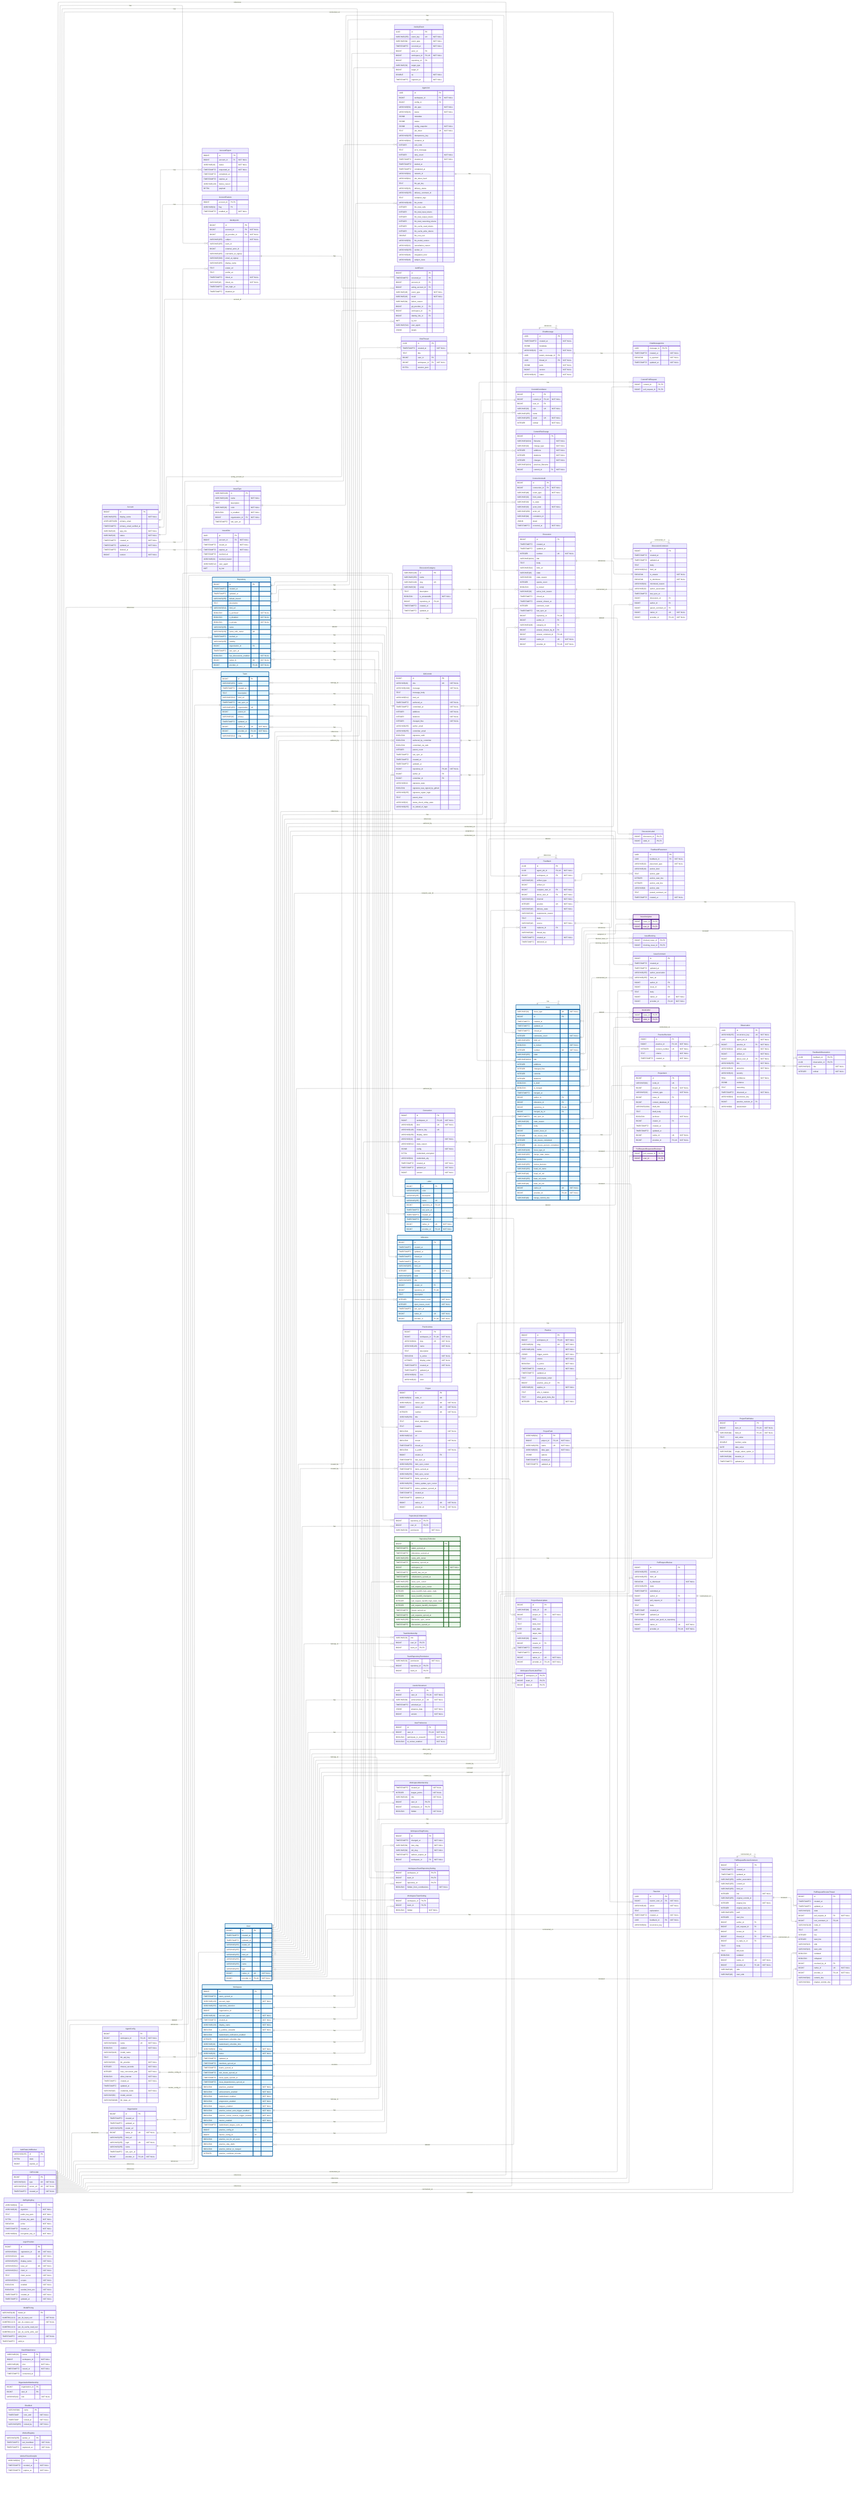
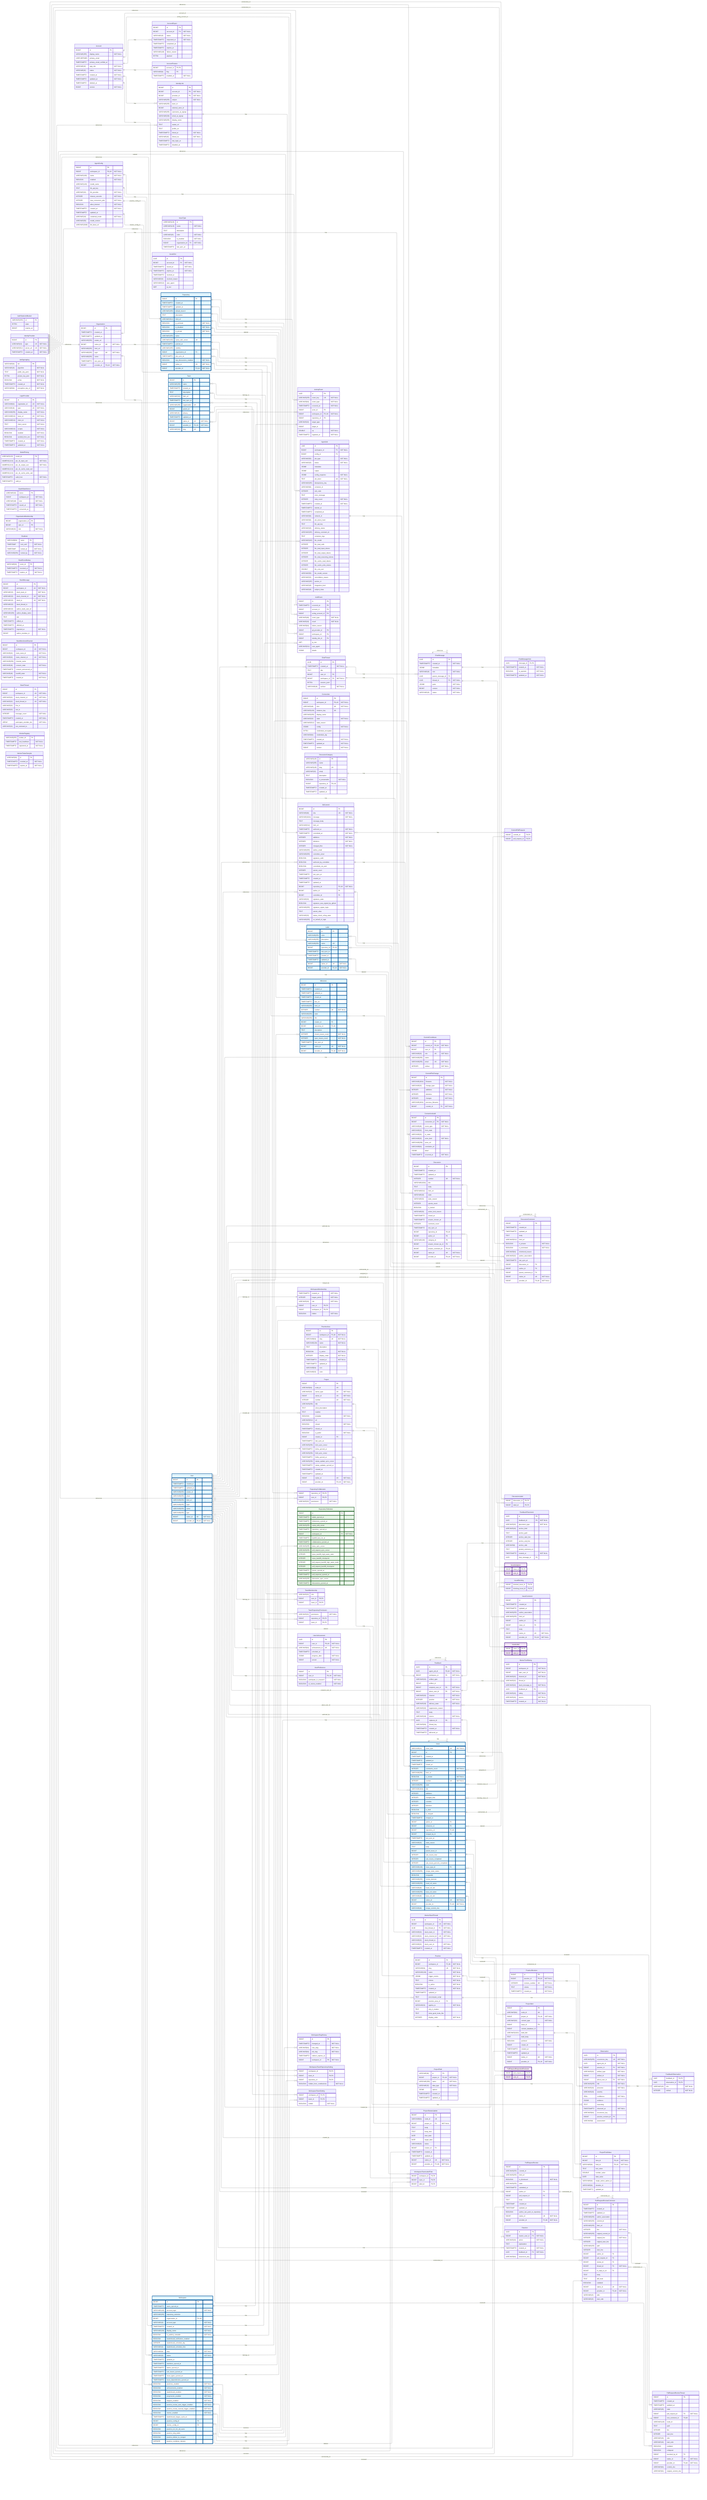
---
config:
    layout: elk
---
erDiagram
    %% Generated automatically from PostgreSQL database schema
    %% using scripts/generate-mermaid-erd.ts
    %% To regenerate: pnpm run db:generate-erd-docs

    direction LR

    Account {
        BIGINT id PK
        VARCHAR(255) display_name "NOT NULL"
        USER-DEFINED primary_email
        TIMESTAMPTZ primary_email_verified_at
        VARCHAR(16) app_role "NOT NULL"
        VARCHAR(16) status "NOT NULL"
        TIMESTAMPTZ created_at "NOT NULL"
        TIMESTAMPTZ updated_at "NOT NULL"
        TIMESTAMPTZ deleted_at
        BIGINT version "NOT NULL"
    }

    AccountExport {
        BIGINT id PK
        BIGINT account_id FK "NOT NULL"
        VARCHAR(16) status "NOT NULL"
        TIMESTAMPTZ requested_at "NOT NULL"
        TIMESTAMPTZ completed_at
        TIMESTAMPTZ expires_at
        VARCHAR(128) failure_reason
        BYTEA payload
    }

    AccountFeature {
        BIGINT account_id PK,FK
        VARCHAR(64) flag PK
        TIMESTAMPTZ enabled_at "NOT NULL"
    }

    ActivityEvent {
        UUID id PK
        VARCHAR(255) event_key UK "NOT NULL"
        VARCHAR(64) event_type "NOT NULL"
        TIMESTAMPTZ occurred_at "NOT NULL"
        BIGINT actor_id FK
        BIGINT workspace_id FK,UK "NOT NULL"
        BIGINT repository_id FK
        VARCHAR(32) target_type
        BIGINT target_id
        DOUBLE xp "NOT NULL"
        TIMESTAMPTZ ingested_at "NOT NULL"
    }

    AgentConfig {
        BIGINT id PK
        BIGINT workspace_id FK,UK "NOT NULL"
        VARCHAR(100) name UK "NOT NULL"
        BOOLEAN enabled "NOT NULL"
        VARCHAR(128) model_name
        TEXT llm_api_key
        VARCHAR(32) llm_provider "NOT NULL"
        INTEGER timeout_seconds "NOT NULL"
        INTEGER max_concurrent_jobs "NOT NULL"
        BOOLEAN allow_internet "NOT NULL"
        TIMESTAMPTZ created_at "NOT NULL"
        TIMESTAMPTZ updated_at
        VARCHAR(16) credential_mode "NOT NULL"
        VARCHAR(50) model_version
        VARCHAR(2048) llm_base_url
    }

    AgentJob {
        UUID id PK
        BIGINT workspace_id FK "NOT NULL"
        BIGINT config_id FK
        VARCHAR(50) job_type "NOT NULL"
        VARCHAR(20) status "NOT NULL"
        JSONB metadata
        JSONB output
        JSONB config_snapshot "NOT NULL"
        TEXT job_token UK "NOT NULL"
        VARCHAR(255) idempotency_key
        VARCHAR(64) container_id
        INTEGER exit_code
        TEXT error_message
        INTEGER retry_count "NOT NULL"
        TIMESTAMPTZ created_at "NOT NULL"
        TIMESTAMPTZ started_at
        TIMESTAMPTZ completed_at
        VARCHAR(64) network_id
        VARCHAR(64) job_token_hash
        TEXT llm_api_key
        VARCHAR(20) delivery_status
        VARCHAR(255) delivery_comment_id
        TEXT container_logs
        VARCHAR(100) llm_model
        INTEGER llm_total_calls
        INTEGER llm_total_input_tokens
        INTEGER llm_total_output_tokens
        INTEGER llm_total_reasoning_tokens
        INTEGER llm_cache_read_tokens
        INTEGER llm_cache_write_tokens
        DOUBLE llm_cost_usd
        VARCHAR(50) llm_model_version
        VARCHAR(32) cancellation_reason
        VARCHAR(255) worker_id
        VARCHAR(48) integration_kind
        VARCHAR(48) subject_class
    }

    AuthEvent {
        BIGINT id PK
        TIMESTAMPTZ occurred_at PK
        BIGINT account_id FK
        BIGINT acting_account_id FK
        VARCHAR(48) event_type "NOT NULL"
        VARCHAR(16) result "NOT NULL"
        VARCHAR(64) failure_reason
        BIGINT git_provider_id FK
        BIGINT workspace_id FK
        BIGINT identity_link_id FK
        INET ip_inet
        VARCHAR(512) user_agent
        JSONB details
    }

    AuthRateLimitBucket {
        VARCHAR(255) id PK
        BYTEA state
        BIGINT expires_at
    }

    ChatMessage {
        UUID id PK
        TIMESTAMPTZ created_at "NOT NULL"
        JSONB metadata
        VARCHAR(16) role "NOT NULL"
        UUID parent_message_id FK
        UUID thread_id FK "NOT NULL"
        JSONB parts "NOT NULL"
        BIGINT version "NOT NULL"
        VARCHAR(16) status "NOT NULL"
    }

    ChatMessageVote {
        UUID message_id PK,FK
        TIMESTAMPTZ created_at "NOT NULL"
        BOOLEAN is_upvoted "NOT NULL"
        TIMESTAMPTZ updated_at "NOT NULL"
    }

    ChatThread {
        UUID id PK
        TIMESTAMPTZ created_at "NOT NULL"
        TEXT title
        BIGINT user_id FK
        BIGINT workspace_id FK "NOT NULL"
        BYTEA session_jsonl
+         VARCHAR(16) surface "NOT NULL"
    }

    CommitContributor {
        BIGINT id PK
        BIGINT commit_id FK,UK "NOT NULL"
        BIGINT user_id FK
        VARCHAR(32) role UK "NOT NULL"
        VARCHAR(255) name
        VARCHAR(255) email UK "NOT NULL"
        INTEGER ordinal "NOT NULL"
    }

    CommitFileChange {
        BIGINT id PK
        VARCHAR(1024) filename "NOT NULL"
        VARCHAR(32) change_type "NOT NULL"
        INTEGER additions "NOT NULL"
        INTEGER deletions "NOT NULL"
        INTEGER changes "NOT NULL"
        VARCHAR(1024) previous_filename
        BIGINT commit_id FK "NOT NULL"
    }

    CommitPullRequest {
        BIGINT commit_id PK,FK
        BIGINT pull_request_id PK,FK
    }

    Connection {
        BIGINT id PK
        BIGINT workspace_id FK,UK "NOT NULL"
        VARCHAR(48) kind UK "NOT NULL"
        VARCHAR(128) instance_key UK
        VARCHAR(256) display_name
        VARCHAR(32) state "NOT NULL"
        VARCHAR(512) state_reason
        JSONB config "NOT NULL"
        BYTEA credentials_encrypted
        VARCHAR(64) credentials_alg
        TIMESTAMPTZ created_at "NOT NULL"
        TIMESTAMPTZ updated_at "NOT NULL"
        BIGINT version "NOT NULL"
    }

    ConnectionAudit {
        BIGINT id PK
        BIGINT connection_id FK "NOT NULL"
        VARCHAR(48) event_type "NOT NULL"
        VARCHAR(32) from_state
        VARCHAR(32) to_state
        VARCHAR(32) actor_kind "NOT NULL"
        VARCHAR(256) actor_ref
        VARCHAR(64) correlation_id
        JSONB detail
        TIMESTAMPTZ occurred_at "NOT NULL"
    }

    Discussion {
        BIGINT id PK
        TIMESTAMPTZ created_at
        TIMESTAMPTZ updated_at
        INTEGER number UK "NOT NULL"
        VARCHAR(1024) title
        TEXT body
        VARCHAR(512) html_url
        VARCHAR(16) state
        VARCHAR(32) state_reason
        INTEGER upvote_count
        BOOLEAN is_locked
        VARCHAR(32) active_lock_reason
        TIMESTAMPTZ closed_at
        TIMESTAMPTZ answer_chosen_at
        INTEGER comment_count
        TIMESTAMPTZ last_sync_at
        BIGINT repository_id FK,UK
        BIGINT author_id FK
        VARCHAR(128) category_id FK
        BIGINT answer_chosen_by_id FK
        BIGINT answer_comment_id FK,UK
        BIGINT native_id UK "NOT NULL"
        BIGINT provider_id FK,UK "NOT NULL"
    }

    DiscussionCategory {
        VARCHAR(128) id PK
        VARCHAR(255) name
        VARCHAR(128) slug UK
        VARCHAR(32) emoji
        TEXT description
        BOOLEAN is_answerable "NOT NULL"
        BIGINT repository_id FK,UK
        TIMESTAMPTZ created_at
        TIMESTAMPTZ updated_at
    }

    DiscussionComment {
        BIGINT id PK
        TIMESTAMPTZ created_at
        TIMESTAMPTZ updated_at
        TEXT body
        VARCHAR(512) html_url
        BOOLEAN is_answer "NOT NULL"
        BOOLEAN is_minimized "NOT NULL"
        VARCHAR(64) minimized_reason
        VARCHAR(32) author_association
        TIMESTAMPTZ last_sync_at
        BIGINT discussion_id FK
        BIGINT author_id FK
        BIGINT parent_comment_id FK
        BIGINT native_id UK "NOT NULL"
        BIGINT provider_id FK,UK "NOT NULL"
    }

    DiscussionLabel {
        BIGINT discussion_id PK,FK
        BIGINT label_id PK,FK
    }

    Feedback {
        UUID id PK
        UUID agent_job_id FK,UK "NOT NULL"
        BIGINT workspace_id FK "NOT NULL"
        VARCHAR(32) artifact_type
        BIGINT artifact_id
        BIGINT recipient_user_id FK "NOT NULL"
        BIGINT about_user_id FK "NOT NULL"
        VARCHAR(32) channel "NOT NULL"
        INTEGER position UK "NOT NULL"
        VARCHAR(16) delivery_state "NOT NULL"
        VARCHAR(32) suppression_reason
        TEXT body
        VARCHAR(16) source "NOT NULL"
        UUID replaces_id FK
        VARCHAR(64) thread_key
        TIMESTAMPTZ created_at "NOT NULL"
        TIMESTAMPTZ delivered_at
    }

    FeedbackObservation {
        UUID feedback_id PK,FK
        UUID observation_id PK,FK
        VARCHAR(16) role "NOT NULL"
        INTEGER ordinal "NOT NULL"
    }

    FeedbackPlacement {
        UUID id PK
        UUID feedback_id FK "NOT NULL"
        VARCHAR(32) placement_type "NOT NULL"
        VARCHAR(16) anchor_kind
        TEXT anchor_path
        INTEGER anchor_start_line
        INTEGER anchor_end_line
        VARCHAR(8) anchor_side
        TEXT posted_comment_ref
        TIMESTAMPTZ created_at "NOT NULL"
+         UUID chat_message_id FK
    }

    GitCommit {
        BIGINT id PK
        VARCHAR(40) sha UK "NOT NULL"
        VARCHAR(1024) message "NOT NULL"
        TEXT message_body
        VARCHAR(512) html_url
        TIMESTAMPTZ authored_at "NOT NULL"
        TIMESTAMPTZ committed_at "NOT NULL"
        INTEGER additions "NOT NULL"
        INTEGER deletions "NOT NULL"
        INTEGER changed_files "NOT NULL"
        VARCHAR(255) author_email
        VARCHAR(255) committer_email
        BOOLEAN signature_valid
        BOOLEAN authored_by_committer
        BOOLEAN committed_via_web
        INTEGER parent_count
        TIMESTAMPTZ last_sync_at
        TIMESTAMPTZ created_at
        TIMESTAMPTZ updated_at
        BIGINT repository_id FK,UK "NOT NULL"
        BIGINT author_id FK
        BIGINT committer_id FK
        VARCHAR(32) signature_state
        BOOLEAN signature_was_signed_by_github
        VARCHAR(255) signature_signer_login
        TEXT parent_shas
        VARCHAR(32) status_check_rollup_state
        VARCHAR(255) on_behalf_of_login
    }

-     GitProvider {
-         BIGINT id PK
-         VARCHAR(10) type UK "NOT NULL"
-         VARCHAR(512) server_url UK "NOT NULL"
-         TIMESTAMPTZ created_at "NOT NULL"
-     }
- 
    IdentityLink {
        BIGINT id PK
        BIGINT account_id FK "NOT NULL"
-         BIGINT git_provider_id FK "NOT NULL"
+         BIGINT provider_id FK "NOT NULL"
        VARCHAR(255) subject "NOT NULL"
        VARCHAR(255) team_id
        BIGINT external_actor_id
        VARCHAR(255) username_at_signup
        VARCHAR(320) email_at_signup
        VARCHAR(255) display_name
        TEXT avatar_url
        TEXT profile_url
        TIMESTAMPTZ linked_at "NOT NULL"
        VARCHAR(16) linked_via "NOT NULL"
        TIMESTAMPTZ last_login_at
        TIMESTAMPTZ disabled_at
+     }
+ 
+     IdentityProvider {
+         BIGINT id PK
+         VARCHAR(10) type UK "NOT NULL"
+         VARCHAR(512) server_url UK "NOT NULL"
+         TIMESTAMPTZ created_at "NOT NULL"
    }

    Issue {
        VARCHAR(31) issue_type UK "NOT NULL"
        BIGINT id PK
        TIMESTAMPTZ created_at
        TIMESTAMPTZ updated_at
        TIMESTAMPTZ closed_at
        INTEGER comments_count "NOT NULL"
        VARCHAR(255) html_url
        BOOLEAN is_locked "NOT NULL"
        INTEGER number UK "NOT NULL"
        VARCHAR(255) state
        VARCHAR(1024) title
        INTEGER additions
        INTEGER changed_files
        INTEGER commits
        INTEGER deletions
        BOOLEAN is_draft
        BOOLEAN is_merged
        TIMESTAMPTZ merged_at
        BIGINT author_id FK
        BIGINT milestone_id FK
        BIGINT repository_id FK,UK
        BIGINT merged_by_id FK
        TIMESTAMPTZ last_sync_at
        VARCHAR(32) state_reason
        TEXT body
        BIGINT parent_issue_id FK
        INTEGER sub_issues_total
        INTEGER sub_issues_completed
        INTEGER sub_issues_percent_completed
        VARCHAR(128) issue_type_id FK
        VARCHAR(255) merge_state_status
        BOOLEAN mergeable
        VARCHAR(255) review_decision
        VARCHAR(255) head_ref_name
        VARCHAR(40) head_ref_oid
        VARCHAR(255) base_ref_name
        VARCHAR(40) base_ref_oid
        BIGINT native_id UK "NOT NULL"
        BIGINT provider_id FK,UK "NOT NULL"
        VARCHAR(40) merge_commit_sha
    }

    IssueAssignee {
        BIGINT issue_id PK,FK
        BIGINT user_id PK,FK
    }

    IssueBlocking {
        BIGINT blocked_issue_id PK,FK
        BIGINT blocking_issue_id PK,FK
    }

    IssueComment {
        BIGINT id PK
        TIMESTAMPTZ created_at
        TIMESTAMPTZ updated_at
        VARCHAR(255) author_association
        VARCHAR(255) html_url
        BIGINT author_id FK
        BIGINT issue_id FK
        TEXT body
        BIGINT native_id UK "NOT NULL"
        BIGINT provider_id FK,UK "NOT NULL"
    }

    IssueLabel {
        BIGINT issue_id PK,FK
        BIGINT label_id PK,FK
    }

    IssueType {
        VARCHAR(128) id PK
        VARCHAR(128) name "NOT NULL"
        TEXT description
        VARCHAR(20) color "NOT NULL"
        BOOLEAN is_enabled "NOT NULL"
        BIGINT organization_id FK "NOT NULL"
        TIMESTAMPTZ last_sync_at
    }

    IssuedJwt {
        UUID jti PK
        BIGINT account_id FK "NOT NULL"
        TIMESTAMPTZ issued_at "NOT NULL"
        TIMESTAMPTZ expires_at "NOT NULL"
        TIMESTAMPTZ revoked_at
        VARCHAR(32) revoked_reason
        VARCHAR(512) user_agent
        INET ip_inet
    }

    JwtSigningKey {
        VARCHAR(64) kid PK
        VARCHAR(16) algorithm "NOT NULL"
        TEXT public_key_pem "NOT NULL"
        BYTEA private_key_pem "NOT NULL"
        BOOLEAN active "NOT NULL"
        TIMESTAMPTZ created_at "NOT NULL"
        VARCHAR(64) encryption_key_id "NOT NULL"
    }

    Label {
        BIGINT id PK
        VARCHAR(255) color
        VARCHAR(255) description
        VARCHAR(255) name UK
        BIGINT repository_id FK,UK
        TIMESTAMPTZ last_sync_at
        TIMESTAMPTZ created_at
        TIMESTAMPTZ updated_at
        BIGINT native_id UK "NOT NULL"
        BIGINT provider_id FK,UK "NOT NULL"
    }

    LoginProvider {
        BIGINT id PK
        VARCHAR(64) registration_id UK "NOT NULL"
        VARCHAR(10) type UK "NOT NULL"
        VARCHAR(255) display_name "NOT NULL"
        VARCHAR(512) base_url UK "NOT NULL"
        VARCHAR(512) client_id "NOT NULL"
        TEXT client_secret "NOT NULL"
        VARCHAR(512) scopes "NOT NULL"
        BOOLEAN enabled "NOT NULL"
        BOOLEAN seeded_from_env "NOT NULL"
        TIMESTAMPTZ created_at "NOT NULL"
        TIMESTAMPTZ updated_at "NOT NULL"
    }

+     MentorSlackThread {
+         UUID id PK
+         BIGINT workspace_id UK "NOT NULL"
+         UUID chat_thread_id FK "NOT NULL"
+         VARCHAR(32) slack_team_id "NOT NULL"
+         VARCHAR(32) slack_channel_id UK "NOT NULL"
+         VARCHAR(32) slack_thread_ts
+         VARCHAR(32) slack_user_id "NOT NULL"
+         TIMESTAMPTZ created_at "NOT NULL"
+     }
+ 
+     MentorTurnRating {
+         UUID id PK
+         BIGINT workspace_id "NOT NULL"
+         BIGINT rater_user_id "NOT NULL"
+         VARCHAR(32) channel_id "NOT NULL"
+         VARCHAR(32) thread_ts
+         VARCHAR(32) slack_message_ts "NOT NULL"
+         UUID feedback_id FK
+         VARCHAR(16) rating "NOT NULL"
+         VARCHAR(16) source "NOT NULL"
+         TIMESTAMPTZ created_at "NOT NULL"
+     }
+ 
    Milestone {
        BIGINT id PK
        TIMESTAMPTZ created_at
        TIMESTAMPTZ updated_at
        TIMESTAMPTZ closed_at
        TIMESTAMPTZ due_on
        VARCHAR(255) html_url
        INTEGER number UK "NOT NULL"
        VARCHAR(255) state
        VARCHAR(255) title
        BIGINT creator_id FK
        BIGINT repository_id FK,UK
        TEXT description
        INTEGER closed_issues_count "NOT NULL"
        INTEGER open_issues_count "NOT NULL"
        TIMESTAMPTZ last_sync_at
        BIGINT native_id UK "NOT NULL"
        BIGINT provider_id FK,UK "NOT NULL"
    }

    ModelPricing {
        VARCHAR(128) model_id PK
        NUMERIC(12,6) per_1k_input_usd "NOT NULL"
        NUMERIC(12,6) per_1k_output_usd "NOT NULL"
        NUMERIC(12,6) per_1k_cache_read_usd
        NUMERIC(12,6) per_1k_cache_write_usd
        TIMESTAMPTZ valid_from "NOT NULL"
        TIMESTAMPTZ valid_to
    }

    OauthStateNonce {
        VARCHAR(32) nonce PK
        BIGINT workspace_id "NOT NULL"
        VARCHAR(48) kind "NOT NULL"
        TIMESTAMPTZ issued_at "NOT NULL"
        TIMESTAMPTZ consumed_at
    }

    Observation {
        UUID id PK
        VARCHAR(255) occurrence_key UK "NOT NULL"
        UUID agent_job_id "NOT NULL"
        BIGINT practice_id FK "NOT NULL"
        VARCHAR(32) artifact_type "NOT NULL"
        BIGINT artifact_id "NOT NULL"
        BIGINT about_user_id FK "NOT NULL"
        VARCHAR(255) title "NOT NULL"
        VARCHAR(16) presence "NOT NULL"
        VARCHAR(16) severity
        REAL confidence "NOT NULL"
        JSONB evidence
        TEXT reasoning
        TIMESTAMPTZ observed_at "NOT NULL"
        VARCHAR(64) recurrence_key
        BIGINT practice_revision_id FK
        VARCHAR(8) assessment
    }

    Organization {
        BIGINT id PK
        TIMESTAMPTZ created_at
        TIMESTAMPTZ updated_at
        VARCHAR(255) avatar_url
        BIGINT native_id UK "NOT NULL"
        VARCHAR(255) html_url
        VARCHAR(255) login UK "NOT NULL"
        VARCHAR(255) name
        TIMESTAMPTZ last_sync_at
        BIGINT provider_id FK,UK "NOT NULL"
    }

    OrganizationMembership {
        BIGINT organization_id PK
        BIGINT user_id PK
        VARCHAR(32) role "NOT NULL"
    }

    Practice {
        BIGINT id PK
        BIGINT workspace_id FK,UK "NOT NULL"
        VARCHAR(64) slug UK "NOT NULL"
        VARCHAR(128) name "NOT NULL"
        JSONB trigger_events "NOT NULL"
        TEXT criteria "NOT NULL"
        BOOLEAN is_active "NOT NULL"
        TIMESTAMPTZ created_at "NOT NULL"
        TIMESTAMPTZ updated_at
        TEXT precompute_script
        BIGINT practice_area_id FK
        VARCHAR(32) applies_to "NOT NULL"
        TEXT why_it_matters
        TEXT what_good_looks_like
        INTEGER display_order "NOT NULL"
    }

    PracticeArea {
        BIGINT id PK
        BIGINT workspace_id FK,UK "NOT NULL"
        VARCHAR(64) slug UK "NOT NULL"
        VARCHAR(128) name "NOT NULL"
        TEXT description
        BOOLEAN is_active "NOT NULL"
        INTEGER display_order "NOT NULL"
        TIMESTAMPTZ created_at "NOT NULL"
        TIMESTAMPTZ updated_at
        VARCHAR(64) icon
        VARCHAR(32) color
    }

    PracticeRevision {
        BIGINT id PK
        BIGINT practice_id FK,UK "NOT NULL"
        INTEGER revision_number UK "NOT NULL"
        TEXT criteria "NOT NULL"
        TIMESTAMPTZ created_at "NOT NULL"
    }

    Project {
        BIGINT id PK
        VARCHAR(64) node_id UK
        VARCHAR(32) owner_type UK "NOT NULL"
        BIGINT owner_id UK "NOT NULL"
        INTEGER number UK "NOT NULL"
        VARCHAR(256) title
        TEXT short_description
        TEXT readme
        BOOLEAN template "NOT NULL"
        VARCHAR(512) url
        BOOLEAN closed "NOT NULL"
        TIMESTAMPTZ closed_at
        BOOLEAN is_public "NOT NULL"
        BIGINT creator_id FK
        TIMESTAMPTZ last_sync_at
        VARCHAR(256) item_sync_cursor
        TIMESTAMPTZ items_synced_at
        VARCHAR(256) field_sync_cursor
        TIMESTAMPTZ fields_synced_at
        VARCHAR(256) status_update_sync_cursor
        TIMESTAMPTZ status_updates_synced_at
        TIMESTAMPTZ created_at
        TIMESTAMPTZ updated_at
        BIGINT native_id UK "NOT NULL"
        BIGINT provider_id FK,UK "NOT NULL"
    }

    ProjectField {
        VARCHAR(64) id PK
        BIGINT project_id FK,UK "NOT NULL"
        VARCHAR(256) name UK "NOT NULL"
        VARCHAR(32) data_type "NOT NULL"
        JSONB options
        TIMESTAMPTZ created_at
        TIMESTAMPTZ updated_at
    }

    ProjectFieldValue {
        BIGINT id PK
        BIGINT item_id FK,UK "NOT NULL"
        VARCHAR(64) field_id FK,UK "NOT NULL"
        TEXT text_value
        DOUBLE number_value
        DATE date_value
        VARCHAR(64) single_select_option_id
        VARCHAR(64) iteration_id
        TIMESTAMPTZ updated_at
    }

    ProjectItem {
        BIGINT id PK
        VARCHAR(64) node_id UK
        BIGINT project_id FK,UK "NOT NULL"
        VARCHAR(32) content_type "NOT NULL"
        BIGINT issue_id FK
        BIGINT content_database_id
        VARCHAR(1024) draft_title
        TEXT draft_body
        BOOLEAN archived "NOT NULL"
        BIGINT creator_id FK
        TIMESTAMPTZ created_at
        TIMESTAMPTZ updated_at
        BIGINT native_id UK "NOT NULL"
        BIGINT provider_id FK,UK "NOT NULL"
    }

    ProjectStatusUpdate {
        BIGINT id PK
        VARCHAR(64) node_id UK
        BIGINT project_id FK "NOT NULL"
        TEXT body
        TEXT body_html
        DATE start_date
        DATE target_date
        VARCHAR(32) status
        BIGINT creator_id FK
        TIMESTAMPTZ created_at
        TIMESTAMPTZ updated_at
        BIGINT native_id UK "NOT NULL"
        BIGINT provider_id FK,UK "NOT NULL"
    }

    PullRequestRequestedReviewer {
        BIGINT pull_request_id PK,FK
        BIGINT user_id PK,FK
    }

    PullRequestReview {
        BIGINT id PK
        VARCHAR(255) commit_id
        VARCHAR(255) html_url
        BOOLEAN is_dismissed "NOT NULL"
        VARCHAR(255) state
        TIMESTAMPTZ submitted_at
        BIGINT author_id FK
        BIGINT pull_request_id FK
        TEXT body
        TIMESTAMP created_at
        TIMESTAMP updated_at
        BOOLEAN author_can_push_to_repository
        BIGINT native_id UK "NOT NULL"
        BIGINT provider_id FK,UK "NOT NULL"
    }

    PullRequestReviewComment {
        BIGINT id PK
        TIMESTAMPTZ created_at
        TIMESTAMPTZ updated_at
        VARCHAR(255) author_association
        VARCHAR(255) commit_id
        VARCHAR(255) html_url
        INTEGER line "NOT NULL"
        VARCHAR(255) original_commit_id
        INTEGER original_line "NOT NULL"
        INTEGER original_start_line
        VARCHAR(255) path
        INTEGER start_line
        BIGINT author_id FK
        BIGINT pull_request_id FK
        BIGINT review_id FK
        BIGINT thread_id FK "NOT NULL"
        BIGINT in_reply_to_id FK
        TEXT body
        TEXT diff_hunk
        BOOLEAN outdated
        BIGINT native_id UK "NOT NULL"
        BIGINT provider_id FK,UK "NOT NULL"
        VARCHAR(16) side
        VARCHAR(16) start_side
    }

    PullRequestReviewThread {
        BIGINT id PK
        TIMESTAMPTZ created_at
        TIMESTAMPTZ updated_at
        VARCHAR(20) state
        BIGINT pull_request_id FK "NOT NULL"
        BIGINT root_comment_id FK,UK
        VARCHAR(128) node_id
        TEXT path
        INTEGER line
        INTEGER start_line
        VARCHAR(16) side
        VARCHAR(16) start_side
        BOOLEAN outdated
        BOOLEAN collapsed
        BIGINT resolved_by_id FK
        BIGINT native_id UK "NOT NULL"
        BIGINT provider_id FK,UK "NOT NULL"
        VARCHAR(64) commit_sha
        VARCHAR(64) original_commit_sha
    }

    Reaction {
        UUID id PK
        BIGINT reactor_user_id FK "NOT NULL"
        VARCHAR(16) action "NOT NULL"
        TEXT explanation
        TIMESTAMPTZ created_at "NOT NULL"
        UUID feedback_id FK "NOT NULL"
        VARCHAR(64) recurrence_key
    }

    Repository {
        BIGINT id PK
        TIMESTAMPTZ created_at
        TIMESTAMPTZ updated_at
        VARCHAR(255) default_branch
        TEXT description
        VARCHAR(512) html_url
        BOOLEAN is_archived "NOT NULL"
        BOOLEAN is_disabled "NOT NULL"
        BOOLEAN is_private "NOT NULL"
        VARCHAR(255) name
        VARCHAR(150) name_with_owner UK
        TIMESTAMPTZ pushed_at
        VARCHAR(255) visibility
        BIGINT organization_id FK
        TIMESTAMPTZ last_sync_at
        BOOLEAN has_discussions_enabled "NOT NULL"
        BIGINT native_id UK "NOT NULL"
        BIGINT provider_id FK,UK "NOT NULL"
    }

    RepositoryCollaborator {
        BIGINT repository_id PK,FK
        BIGINT user_id PK,FK
        VARCHAR(32) permission "NOT NULL"
    }

    RepositoryToMonitor {
        BIGINT id PK
        TIMESTAMPTZ labels_synced_at
        TIMESTAMPTZ milestones_synced_at
        VARCHAR(255) name_with_owner
        TIMESTAMPTZ repository_synced_at
        BIGINT workspace_id FK "NOT NULL"
        TIMESTAMPTZ backfill_last_run_at
        TIMESTAMPTZ collaborators_synced_at
        VARCHAR(255) issue_sync_cursor
        VARCHAR(255) pull_request_sync_cursor
        INTEGER issue_backfill_high_water_mark
        INTEGER issue_backfill_checkpoint
        INTEGER pull_request_backfill_high_water_mark
        INTEGER pull_request_backfill_checkpoint
        TIMESTAMPTZ issues_synced_at
        TIMESTAMPTZ pull_requests_synced_at
        VARCHAR(255) discussion_sync_cursor
        TIMESTAMPTZ discussions_synced_at
    }

    Shedlock {
        VARCHAR(64) name PK
        TIMESTAMP lock_until "NOT NULL"
        TIMESTAMP locked_at "NOT NULL"
        VARCHAR(255) locked_by "NOT NULL"
    }

+     SlackEventDedup {
+         VARCHAR(64) event_id PK
+         TIMESTAMPTZ received_at "NOT NULL"
+         TIMESTAMPTZ expires_at "NOT NULL"
+     }
+ 
+     SlackMessage {
+         BIGINT id PK
+         BIGINT workspace_id UK "NOT NULL"
+         VARCHAR(32) slack_team_id "NOT NULL"
+         VARCHAR(32) slack_channel_id UK "NOT NULL"
+         VARCHAR(32) slack_ts UK "NOT NULL"
+         VARCHAR(32) slack_thread_ts
+         VARCHAR(32) author_slack_user_id
+         VARCHAR(256) author_display_name
+         TEXT text
+         TIMESTAMPTZ edited_at
+         TIMESTAMPTZ deleted_at
+         TIMESTAMPTZ ingested_at "NOT NULL"
+         BIGINT author_member_id
+     }
+ 
+     SlackMonitoredChannel {
+         BIGINT id PK
+         BIGINT workspace_id UK "NOT NULL"
+         VARCHAR(32) slack_team_id "NOT NULL"
+         VARCHAR(32) slack_channel_id UK "NOT NULL"
+         VARCHAR(256) channel_name
+         VARCHAR(16) consent_state "NOT NULL"
+         TIMESTAMPTZ consent_announced_at
+         VARCHAR(16) backfill_state "NOT NULL"
+         TIMESTAMPTZ created_at "NOT NULL"
+     }
+ 
+     SlackThread {
+         BIGINT id PK
+         BIGINT workspace_id UK "NOT NULL"
+         VARCHAR(32) slack_channel_id UK "NOT NULL"
+         VARCHAR(32) slack_thread_ts UK "NOT NULL"
+         VARCHAR(32) first_ts
+         VARCHAR(32) last_ts
+         INTEGER message_count "NOT NULL"
+         TIMESTAMPTZ created_at "NOT NULL"
+         ARRAY participant_member_ids "NOT NULL"
+         VARCHAR(32) last_reviewed_ts
+     }
+ 
    Team {
        BIGINT id PK
        VARCHAR(255) name
        TIMESTAMPTZ created_at
        TEXT description
        VARCHAR(512) html_url
        TIMESTAMPTZ last_sync_at
        VARCHAR(255) organization UK
        BIGINT parent_id
        VARCHAR(32) privacy
        TIMESTAMPTZ updated_at
        BIGINT native_id UK "NOT NULL"
        BIGINT provider_id FK,UK "NOT NULL"
        VARCHAR(512) slug UK
    }

    TeamMembership {
        VARCHAR(32) role
        BIGINT user_id PK,FK
        BIGINT team_id PK,FK
    }

    TeamRepositoryPermission {
        VARCHAR(32) permission "NOT NULL"
        BIGINT repository_id PK,FK
        BIGINT team_id PK,FK
    }

    User {
        BIGINT id PK
        TIMESTAMPTZ created_at
        TIMESTAMPTZ updated_at
        VARCHAR(255) avatar_url
        VARCHAR(255) email
        VARCHAR(255) html_url
        VARCHAR(255) login
        VARCHAR(255) name
        VARCHAR(255) type
        BIGINT native_id UK "NOT NULL"
        BIGINT provider_id FK,UK "NOT NULL"
    }

    UserAchievement {
        UUID id PK
        BIGINT user_id FK,UK "NOT NULL"
        VARCHAR(64) achievement_id UK "NOT NULL"
        TIMESTAMPTZ unlocked_at
        JSONB progress_data "NOT NULL"
        BIGINT version "NOT NULL"
    }

    UserPreference {
        BIGINT id PK
        BIGINT user_id FK,UK "NOT NULL"
        BOOLEAN participate_in_research "NOT NULL"
        BOOLEAN ai_review_enabled "NOT NULL"
    }

    WorkerRegistry {
        VARCHAR(255) worker_id PK
        TIMESTAMPTZ last_heartbeat "NOT NULL"
        TIMESTAMPTZ registered_at "NOT NULL"
    }

    WorkerTokenDenylist {
        VARCHAR(64) jti PK
        TIMESTAMPTZ revoked_at "NOT NULL"
        TIMESTAMPTZ expires_at "NOT NULL"
    }

    Workspace {
        BIGINT id PK
        TIMESTAMPTZ users_synced_at
        VARCHAR(120) account_login "NOT NULL"
        VARCHAR(255) repository_selection
        BIGINT organization_id FK,UK
        VARCHAR(10) account_type "NOT NULL"
        TIMESTAMPTZ created_at "NOT NULL"
        VARCHAR(120) display_name "NOT NULL"
        BOOLEAN is_publicly_viewable "NOT NULL"
        BOOLEAN leaderboard_notification_enabled
        INTEGER leaderboard_schedule_day
        VARCHAR(10) leaderboard_schedule_time
        VARCHAR(64) slug UK "NOT NULL"
        VARCHAR(20) status "NOT NULL"
        TIMESTAMPTZ updated_at
        TIMESTAMPTZ members_synced_at
        TIMESTAMPTZ teams_synced_at
        TIMESTAMPTZ sub_issues_synced_at
        TIMESTAMPTZ issue_types_synced_at
        TIMESTAMPTZ issue_dependencies_synced_at
        BOOLEAN practices_enabled "NOT NULL"
        BOOLEAN achievements_enabled "NOT NULL"
        BOOLEAN leaderboard_enabled "NOT NULL"
        BOOLEAN progression_enabled "NOT NULL"
        BOOLEAN leagues_enabled "NOT NULL"
        BOOLEAN practice_review_auto_trigger_enabled "NOT NULL"
        BOOLEAN practice_review_manual_trigger_enabled "NOT NULL"
        BOOLEAN mentor_enabled "NOT NULL"
        TIMESTAMPTZ leaderboard_league_cycle_at
        BIGINT practice_config_id FK
        BIGINT mentor_config_id FK
        BOOLEAN practice_run_for_all_users
        BOOLEAN practice_skip_drafts
        BOOLEAN practice_deliver_to_merged
        INTEGER practice_cooldown_minutes
    }

    WorkspaceMembership {
        TIMESTAMPTZ created_at "NOT NULL"
        INTEGER league_points "NOT NULL"
        VARCHAR(16) role "NOT NULL"
        BIGINT user_id PK,FK
        BIGINT workspace_id PK,FK
        BOOLEAN hidden "NOT NULL"
    }

    WorkspaceSlugHistory {
        BIGINT id PK
        TIMESTAMPTZ changed_at "NOT NULL"
        VARCHAR(64) new_slug "NOT NULL"
        VARCHAR(64) old_slug "NOT NULL"
        TIMESTAMPTZ redirect_expires_at
        BIGINT workspace_id FK "NOT NULL"
    }

    WorkspaceTeamLabelFilter {
        BIGINT workspace_id PK,FK
        BIGINT team_id PK,FK
        BIGINT label_id PK,FK
    }

    WorkspaceTeamRepositorySetting {
        BIGINT workspace_id PK,FK
        BIGINT team_id PK,FK
        BIGINT repository_id PK,FK
        BOOLEAN hidden_from_contributions "NOT NULL"
    }

    WorkspaceTeamSetting {
        BIGINT workspace_id PK,FK
        BIGINT team_id PK,FK
        BOOLEAN hidden "NOT NULL"
    }

    %% Relationships
    %% One-to-One relationships
    Account ||--|| AccountFeature : has
    Workspace ||--|| ActivityEvent : has
    Workspace ||--|| AgentConfig : has
    ChatMessage ||--|| ChatMessageVote : has
    GitCommit ||--|| CommitContributor : has
    Workspace ||--|| Connection : has
    Repository ||--|| Discussion : has
    DiscussionComment ||--|| Discussion : references
-     GitProvider ||--|| Discussion : references
+     IdentityProvider ||--|| Discussion : references
    Repository ||--|| DiscussionCategory : has
-     GitProvider ||--|| DiscussionComment : commented_on
+     IdentityProvider ||--|| DiscussionComment : commented_on
    AgentJob ||--|| Feedback : has
    Repository ||--|| GitCommit : has
    Repository ||--|| Issue : has
-     GitProvider ||--|| Issue : references
-     GitProvider ||--|| IssueComment : commented_on
+     IdentityProvider ||--|| Issue : references
+     IdentityProvider ||--|| IssueComment : commented_on
    Repository ||--|| Label : labeled
-     GitProvider ||--|| Label : labeled
+     IdentityProvider ||--|| Label : labeled
    Repository ||--|| Milestone : has
-     GitProvider ||--|| Milestone : references
-     GitProvider ||--|| Organization : references
+     IdentityProvider ||--|| Milestone : references
+     IdentityProvider ||--|| Organization : references
    Workspace ||--|| Practice : has
    Workspace ||--|| PracticeArea : has
    Practice ||--|| PracticeRevision : has
-     GitProvider ||--|| Project : references
+     IdentityProvider ||--|| Project : references
    Project ||--|| ProjectField : has
    ProjectItem ||--|| ProjectFieldValue : has
    ProjectField ||--|| ProjectFieldValue : has
    Project ||--|| ProjectItem : has
-     GitProvider ||--|| ProjectItem : references
-     GitProvider ||--|| ProjectStatusUpdate : references
-     GitProvider ||--|| PullRequestReview : reviewed
-     GitProvider ||--|| PullRequestReviewComment : commented_on
+     IdentityProvider ||--|| ProjectItem : references
+     IdentityProvider ||--|| ProjectStatusUpdate : references
+     IdentityProvider ||--|| PullRequestReview : reviewed
+     IdentityProvider ||--|| PullRequestReviewComment : commented_on
    PullRequestReviewComment ||--|| PullRequestReviewThread : reviewed
-     GitProvider ||--|| PullRequestReviewThread : reviewed
-     GitProvider ||--|| Repository : references
-     GitProvider ||--|| Team : references
-     GitProvider ||--|| User : references
+     IdentityProvider ||--|| PullRequestReviewThread : reviewed
+     IdentityProvider ||--|| Repository : references
+     IdentityProvider ||--|| Team : references
+     IdentityProvider ||--|| User : references
    User ||--|| UserAchievement : has
    User ||--|| UserPreference : has
    Organization ||--|| Workspace : has
    User ||--|| WorkspaceMembership : belongs_to
    Workspace ||--|| WorkspaceMembership : belongs_to

    %% One-to-Many relationships
    Account ||--o{ AccountExport : has
    User ||--o{ ActivityEvent : references
    Repository ||--o{ ActivityEvent : has
    Workspace ||--o{ AgentJob : has
    AgentConfig ||--o{ AgentJob : has
    Account ||--o{ AuthEvent : account_id
    Account ||--o{ AuthEvent : acting_account_id
-     GitProvider ||--o{ AuthEvent : has
+     IdentityProvider ||--o{ AuthEvent : references
    Workspace ||--o{ AuthEvent : has
    IdentityLink ||--o{ AuthEvent : has
    ChatMessage ||--o{ ChatMessage : references
    ChatThread ||--o{ ChatMessage : has
    User ||--o{ ChatThread : has
    Workspace ||--o{ ChatThread : has
    User ||--o{ CommitContributor : has
    GitCommit ||--o{ CommitFileChange : has
    Connection ||--o{ ConnectionAudit : has
    User ||--o{ Discussion : authored_by
    DiscussionCategory ||--o{ Discussion : has
    User ||--o{ Discussion : references
    Discussion ||--o{ DiscussionComment : commented_on
    User ||--o{ DiscussionComment : commented_on
    DiscussionComment ||--o{ DiscussionComment : commented_on
    Workspace ||--o{ Feedback : has
    User ||--o{ Feedback : recipient_user_id
    User ||--o{ Feedback : about_user_id
    Feedback ||--o{ Feedback : references
    Feedback ||--o{ FeedbackPlacement : has
+     ChatMessage ||--o{ FeedbackPlacement : has
    User ||--o{ GitCommit : authored_by
    User ||--o{ GitCommit : references
    Account ||--o{ IdentityLink : has
-     GitProvider ||--o{ IdentityLink : has
+     IdentityProvider ||--o{ IdentityLink : references
    User ||--o{ Issue : authored_by
    Milestone ||--o{ Issue : has
    User ||--o{ Issue : merged_by
    Issue ||--o{ Issue : has
    IssueType ||--o{ Issue : has
    User ||--o{ IssueComment : commented_on
    Issue ||--o{ IssueComment : commented_on
    Organization ||--o{ IssueType : has
    Account ||--o{ IssuedJwt : has
+     ChatThread ||--o{ MentorSlackThread : has
+     Feedback ||--o{ MentorTurnRating : has
    User ||--o{ Milestone : created_by
    Practice ||--o{ Observation : has
    User ||--o{ Observation : has
    PracticeRevision ||--o{ Observation : has
    PracticeArea ||--o{ Practice : has
    User ||--o{ Project : created_by
    Issue ||--o{ ProjectItem : has
    User ||--o{ ProjectItem : created_by
    Project ||--o{ ProjectStatusUpdate : has
    User ||--o{ ProjectStatusUpdate : created_by
    User ||--o{ PullRequestReview : reviewed
    Issue ||--o{ PullRequestReview : reviewed
    User ||--o{ PullRequestReviewComment : commented_on
    Issue ||--o{ PullRequestReviewComment : commented_on
    PullRequestReview ||--o{ PullRequestReviewComment : commented_on
    PullRequestReviewThread ||--o{ PullRequestReviewComment : commented_on
    PullRequestReviewComment ||--o{ PullRequestReviewComment : commented_on
    Issue ||--o{ PullRequestReviewThread : reviewed
    User ||--o{ PullRequestReviewThread : reviewed
    User ||--o{ Reaction : has
    Feedback ||--o{ Reaction : has
    Organization ||--o{ Repository : has
    Workspace ||--o{ RepositoryToMonitor : monitors
    AgentConfig ||--o{ Workspace : practice_config_id
    AgentConfig ||--o{ Workspace : mentor_config_id
    Workspace ||--o{ WorkspaceSlugHistory : has

    %% Many-to-Many relationships
    GitCommit }o--o{ CommitPullRequest : has
    Issue }o--o{ CommitPullRequest : references
    Discussion }o--o{ DiscussionLabel : labeled
    Label }o--o{ DiscussionLabel : labeled
    Feedback }o--o{ FeedbackObservation : has
    Observation }o--o{ FeedbackObservation : has
    Issue }o--o{ IssueAssignee : assigned_to
    User }o--o{ IssueAssignee : assigned_to
    Issue }o--o{ IssueBlocking : blocked_issue_id
    Issue }o--o{ IssueBlocking : blocking_issue_id
    Issue }o--o{ IssueLabel : labeled
    Label }o--o{ IssueLabel : labeled
    Issue }o--o{ PullRequestRequestedReviewer : reviewed
    User }o--o{ PullRequestRequestedReviewer : reviewed
    Repository }o--o{ RepositoryCollaborator : has
    User }o--o{ RepositoryCollaborator : has
    User }o--o{ TeamMembership : belongs_to
    Team }o--o{ TeamMembership : belongs_to
    Repository }o--o{ TeamRepositoryPermission : has
    Team }o--o{ TeamRepositoryPermission : has
    Workspace }o--o{ WorkspaceTeamLabelFilter : labeled
    Team }o--o{ WorkspaceTeamLabelFilter : labeled
    Label }o--o{ WorkspaceTeamLabelFilter : labeled
    Workspace }o--o{ WorkspaceTeamRepositorySetting : has
    Team }o--o{ WorkspaceTeamRepositorySetting : has
    Repository }o--o{ WorkspaceTeamRepositorySetting : has
    Workspace }o--o{ WorkspaceTeamSetting : has
    Team }o--o{ WorkspaceTeamSetting : has

    %% Styling
    classDef primaryEntity fill:#e1f5fe,stroke:#01579b,stroke-width:2px
    classDef associationEntity fill:#f3e5f5,stroke:#4a148c,stroke-width:2px
    classDef metadataEntity fill:#e8f5e8,stroke:#1b5e20,stroke-width:2px

    class Issue primaryEntity
    class IssueAssignee associationEntity
    class IssueLabel associationEntity
    class Label primaryEntity
    class Milestone primaryEntity
    class PullRequestRequestedReviewer associationEntity
    class Repository primaryEntity
    class RepositoryToMonitor metadataEntity
    class Team primaryEntity
    class User primaryEntity
    class Workspace primaryEntity
